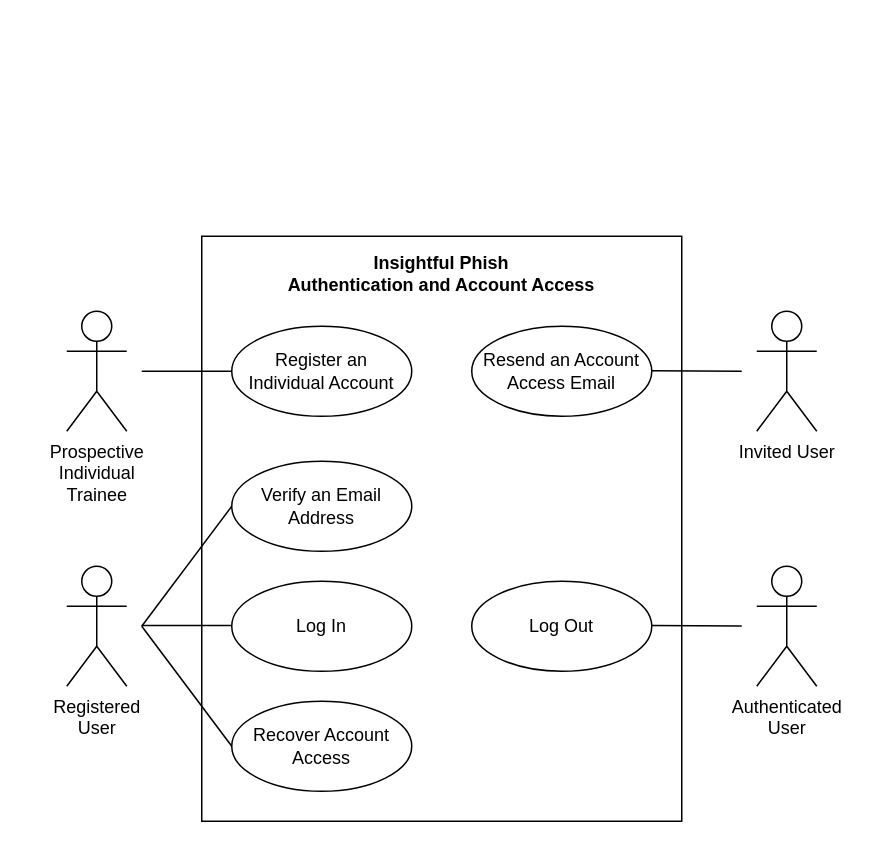
Before: docs/demo4/diagrams/srs/use-cases/authentication-and-account-access.drawio in COS301-SE-2026/Cybersecurity-Awareness-Training-Platform, a draw.io diagram. Source tidied: cells renumbered, new cells numbered last; positions are measured from the earlier drawing's top-left corner, leaving out a move shared by most shapes. Both pictures are drawn from the tidied source at 150%, with x=0, y=0 at pixel (66, 236).
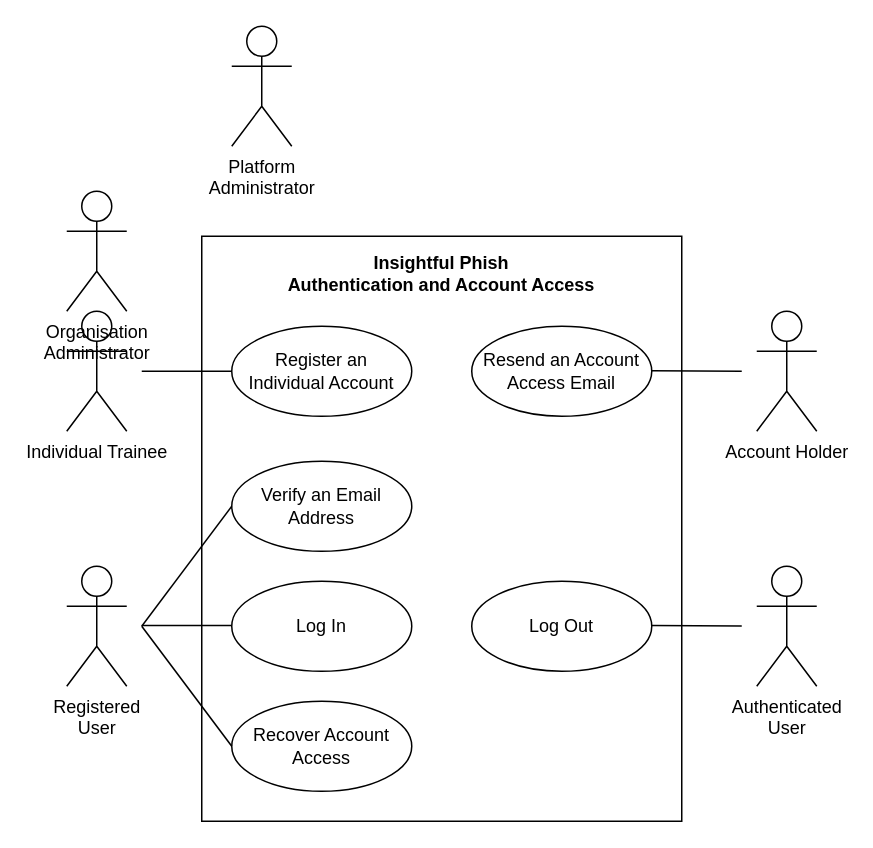
The same page after the edit.

Diff of the diagram source:
```diff
@@
-    <mxCell id="3" value="&lt;div&gt;Prospective&lt;/div&gt;&lt;div&gt;Individual&lt;/div&gt;&lt;div&gt;Trainee&lt;/div&gt;" style="shape=umlActor;verticalLabelPosition=bottom;verticalAlign=top;html=1;" parent="1" vertex="1">
+    <mxCell id="3" value="&lt;div&gt;Individual Trainee&lt;/div&gt;" style="shape=umlActor;verticalLabelPosition=bottom;verticalAlign=top;html=1;" parent="1" vertex="1">
       <mxGeometry y="50" width="40" height="80" as="geometry" />
     </mxCell>
@@
-    <mxCell id="8" value="&lt;div&gt;Invited User&lt;/div&gt;" style="shape=umlActor;verticalLabelPosition=bottom;verticalAlign=top;html=1;" parent="1" vertex="1">
+    <mxCell id="8" value="&lt;div&gt;Account Holder&lt;/div&gt;" style="shape=umlActor;verticalLabelPosition=bottom;verticalAlign=top;html=1;" parent="1" vertex="1">
       <mxGeometry x="460" y="50" width="40" height="80" as="geometry" />
     </mxCell>
@@
+    <mxCell id="20" value="Platform&lt;br&gt;Administrator" style="shape=umlActor;verticalLabelPosition=bottom;verticalAlign=top;html=1;" parent="1" vertex="1">
+      <mxGeometry x="110" y="-140" width="40" height="80" as="geometry" />
+    </mxCell>
+    <mxCell id="21" value="Organisation&lt;br&gt;Administrator" style="shape=umlActor;verticalLabelPosition=bottom;verticalAlign=top;html=1;" parent="1" vertex="1">
+      <mxGeometry y="-30" width="40" height="80" as="geometry" />
+    </mxCell>
```
